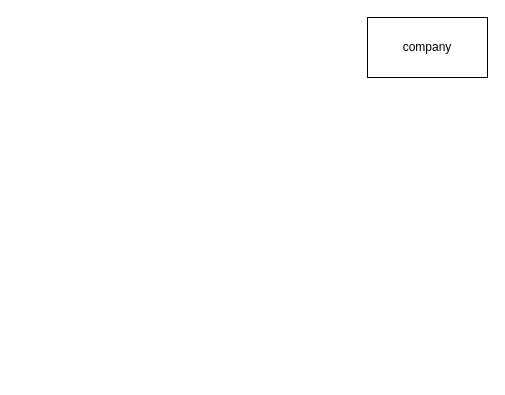
Earlier version of the draw.io diagram ER diagram&Relational Model.drawio (AudreyYZY/COMP9311). Source tidied: cells renumbered, new cells numbered last; positions are measured from the earlier drawing's top-left corner, leaving out a move shared by most shapes. Both pictures are drawn from the tidied source at 100%, with x=0, y=0 at pixel (367, 17).
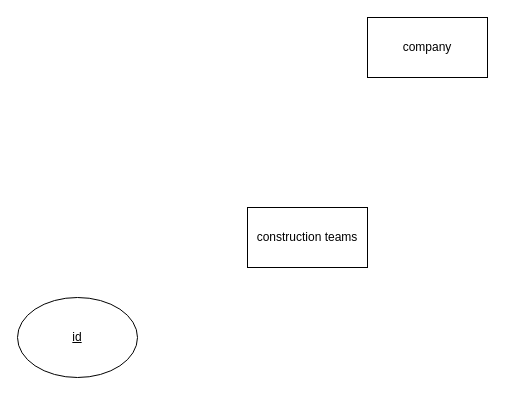
Above is the later version.

What changed in the source:
```diff
@@
 <mxGraphModel>
   <root>
     <mxCell id="0" />
     <mxCell id="1" parent="0" />
     <mxCell id="2" value="company" style="rounded=0;whiteSpace=wrap;html=1;" parent="1" vertex="1">
       <mxGeometry width="120" height="60" as="geometry" />
     </mxCell>
+    <mxCell id="3" value="construction teams" style="whiteSpace=wrap;html=1;" parent="1" vertex="1">
+      <mxGeometry x="-120" y="190" width="120" height="60" as="geometry" />
+    </mxCell>
+    <mxCell id="4" value="&lt;u&gt;id&lt;/u&gt;" style="ellipse;whiteSpace=wrap;html=1;" parent="1" vertex="1">
+      <mxGeometry x="-350" y="280" width="120" height="80" as="geometry" />
+    </mxCell>
   </root>
 </mxGraphModel>
```
